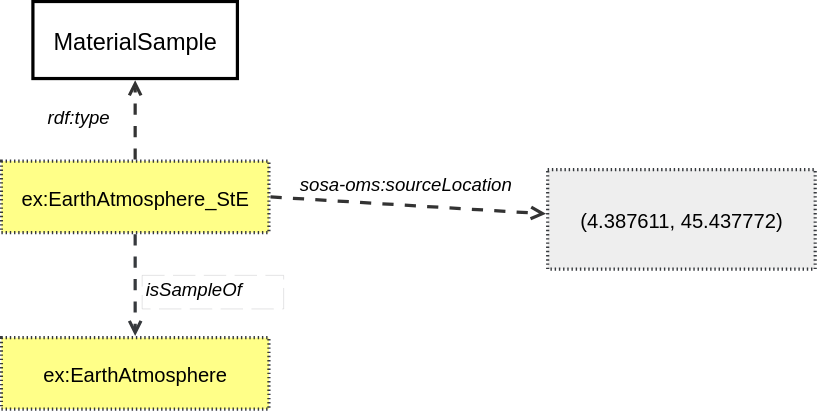
This is ssn/images/LocatedSample.svg from w3c/sdw-sosa-ssn, a draw.io export, as it was before one commit. Source tidied: cells renumbered, new cells last; positions are measured from the earlier drawing's top-left corner, leaving out a move shared by most shapes.
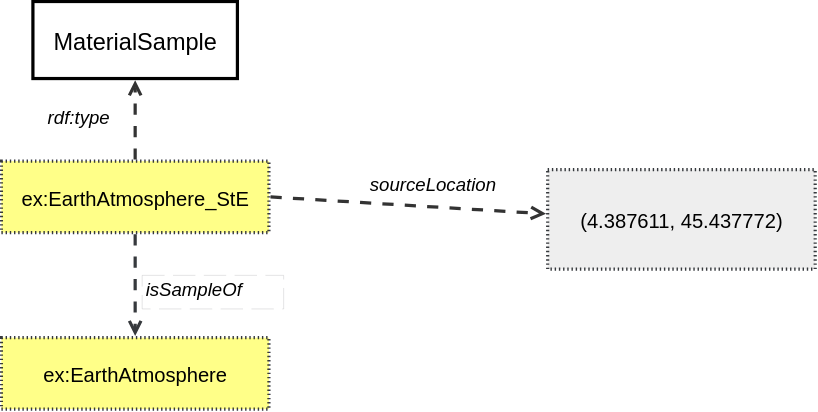
After the change.

Diff of the diagram source:
```diff
@@ -20,8 +20,8 @@
     <mxCell id="7" style="html=1;jettySize=18;whiteSpace=wrap;fontSize=13;strokeColor=#333333;strokeOpacity=100;dashed=1;fixDash=1;dashPattern=8 8;strokeWidth=2.3;rounded=0;startArrow=none;endArrow=open;exitX=1.006;exitY=0.5;exitPerimeter=0;entryX=-0.006;entryY=0.445;entryPerimeter=0;lucidId=0ZtL0HBQd7HC;fontColor=default;convertToSvg=1;fontFamily=Helvetica;" parent="1" edge="1" source="2" target="6">
       <mxGeometry relative="1" as="geometry" />
     </mxCell>
-    <mxCell id="8" value="sosa-oms:sourceLocation" style="html=1;overflow=block;blockSpacing=1;whiteSpace=wrap;fontSize=13.3;fontStyle=2;align=left;spacing=3.8;verticalAlign=top;strokeColor=none;fillOpacity=0;fillColor=#ffffff;dashed=1;fixDash=1;dashPattern=16 6;strokeWidth=0;lucidId=0ZtLjIqilOCG;fontColor=default;convertToSvg=1;fontFamily=Helvetica;" parent="1" vertex="1">
-      <mxGeometry x="210" y="120" width="101" height="24" as="geometry" />
+    <mxCell id="8" value="sourceLocation" style="html=1;overflow=block;blockSpacing=1;whiteSpace=wrap;fontSize=13.3;fontStyle=2;align=left;spacing=3.8;verticalAlign=top;strokeColor=none;fillOpacity=0;fillColor=#ffffff;dashed=1;fixDash=1;dashPattern=16 6;strokeWidth=0;lucidId=0ZtLjIqilOCG;fontColor=default;convertToSvg=1;fontFamily=Helvetica;" parent="1" vertex="1">
+      <mxGeometry x="260" y="120" width="101" height="24" as="geometry" />
     </mxCell>
     <mxCell id="9" value="&lt;font&gt;ex:EarthAtmosphere&lt;/font&gt;" style="html=1;overflow=block;blockSpacing=1;whiteSpace=wrap;fontSize=14.4;fontFamily=Helvetica;align=center;spacing=0;strokeOpacity=100;fillOpacity=100;fillColor=#ffff88;dashed=1;fixDash=1;dashPattern=1 2;strokeWidth=2.3;convertToSvg=1;strokeColor=#36393d;" parent="1" vertex="1">
       <mxGeometry y="240" width="191" height="51" as="geometry" />
```
